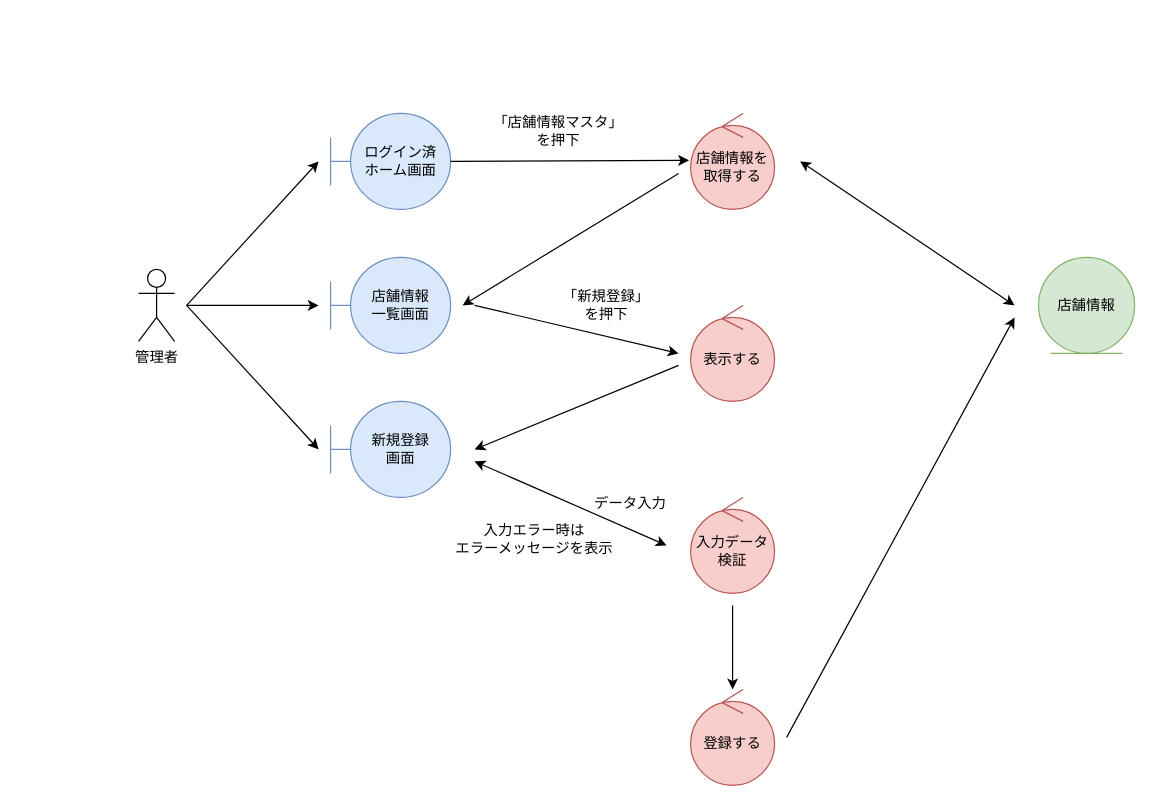
Earlier version of the draw.io diagram page "*店舗情報管理_登録" (1 of 4) of 各種設計書/3ロバストネス図/マスタ管理/2.店舗情報マスタ.drawio (HaruShim/Sotuken). Source tidied: cells renumbered, new cells numbered last; positions are measured from the earlier drawing's top-left corner, leaving out a move shared by most shapes. Both pictures are drawn from the tidied source at 120%, with x=0, y=0 at pixel (138, 113).
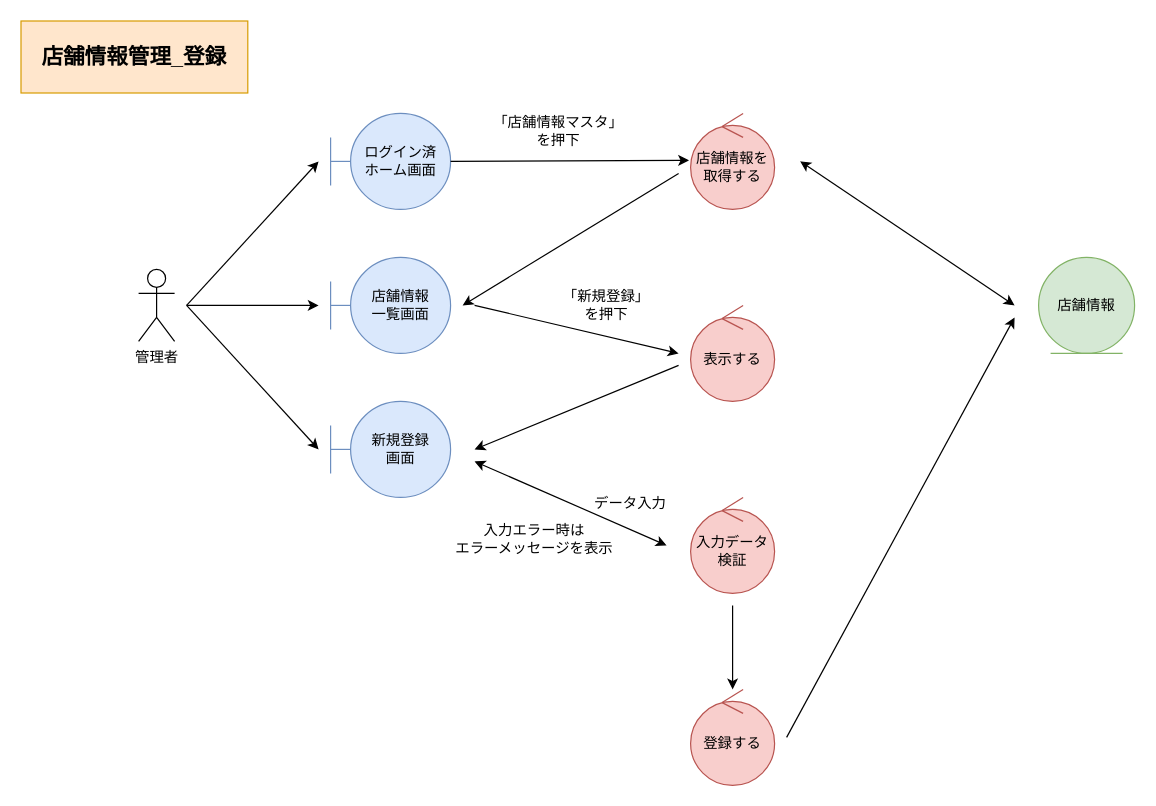
Above is the later version.

Change to the diagram source:
```diff
@@
+    <mxCell id="26" value="店舗情報管理_登録" style="rounded=0;whiteSpace=wrap;html=1;fillColor=#ffe6cc;strokeColor=#d79b00;fontStyle=1;fontSize=18;" parent="1" vertex="1">
+      <mxGeometry x="-98" y="-77" width="189" height="60" as="geometry" />
+    </mxCell>
```
